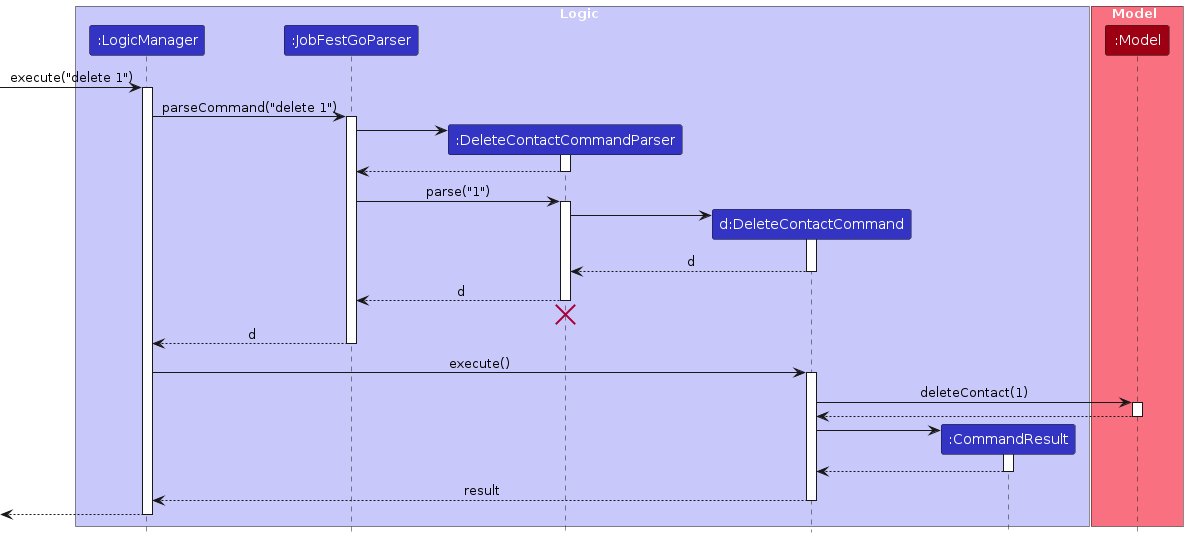
Before: diagrams/DeleteSequenceDiagram.png, a diagram exported from PlantUML (AY2324S1-CS2103T-T09-1/tp). Its source is kept beside it as diagrams/DeleteSequenceDiagram.puml. The source it was exported from:
```plantuml
@startuml
!include style.puml
skinparam ArrowFontStyle plain

box Logic LOGIC_COLOR_T1
participant ":LogicManager" as LogicManager LOGIC_COLOR
participant ":JobFestGoParser" as JobFestGoParser LOGIC_COLOR
participant ":DeleteContactCommandParser" as DeleteContactCommandParser LOGIC_COLOR
participant "d:DeleteContactCommand" as DeleteContactCommand LOGIC_COLOR
participant ":CommandResult" as CommandResult LOGIC_COLOR
end box

box Model MODEL_COLOR_T1
participant ":Model" as Model MODEL_COLOR
end box

[-> LogicManager : execute("delete 1")
activate LogicManager

LogicManager -> JobFestGoParser : parseCommand("delete 1")
activate JobFestGoParser

create DeleteContactCommandParser
JobFestGoParser -> DeleteContactCommandParser
activate DeleteContactCommandParser

DeleteContactCommandParser --> JobFestGoParser
deactivate DeleteContactCommandParser

JobFestGoParser -> DeleteContactCommandParser : parse("1")
activate DeleteContactCommandParser

create DeleteContactCommand
DeleteContactCommandParser -> DeleteContactCommand
activate DeleteContactCommand

DeleteContactCommand --> DeleteContactCommandParser : d
deactivate DeleteContactCommand

DeleteContactCommandParser --> JobFestGoParser : d
deactivate DeleteContactCommandParser
DeleteContactCommandParser -[hidden]-> JobFestGoParser
destroy DeleteContactCommandParser

JobFestGoParser --> LogicManager : d
deactivate JobFestGoParser

LogicManager -> DeleteContactCommand : execute()
activate DeleteContactCommand

DeleteContactCommand -> Model : deleteContact(1)
activate Model

Model --> DeleteContactCommand
deactivate Model

create CommandResult
DeleteContactCommand -> CommandResult
activate CommandResult

CommandResult --> DeleteContactCommand
deactivate CommandResult

DeleteContactCommand --> LogicManager : result
deactivate DeleteContactCommand

[<--LogicManager
deactivate LogicManager
@enduml
```
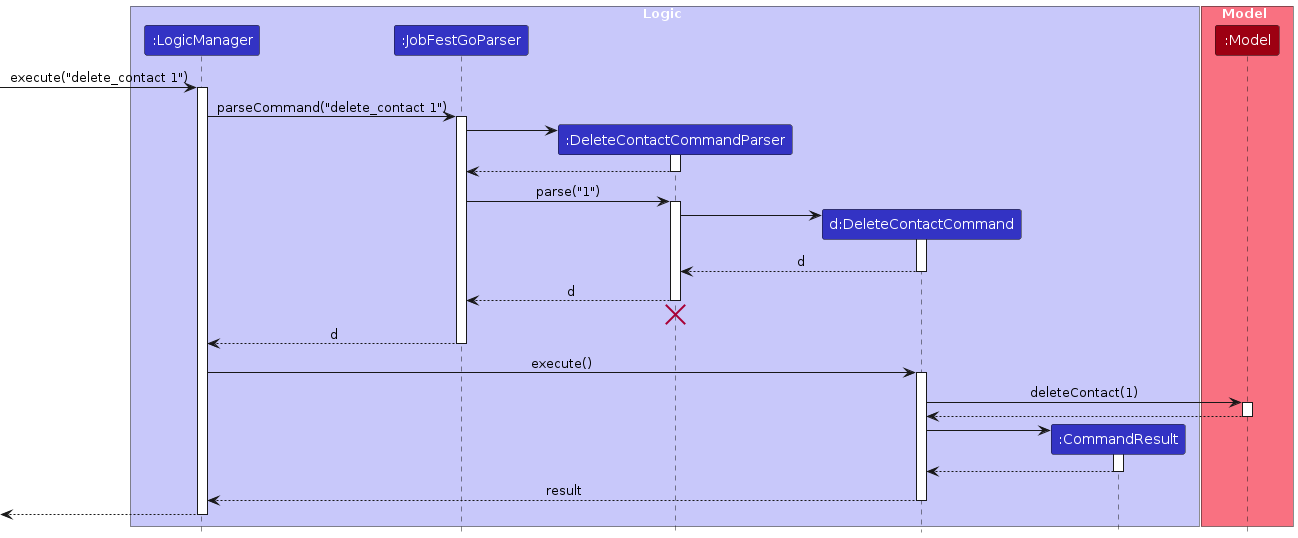
After the change.

Change to the diagram source:
```diff
@@ -14,10 +14,10 @@
 participant ":Model" as Model MODEL_COLOR
 end box
 
-[-> LogicManager : execute("delete 1")
+[-> LogicManager : execute("delete_contact 1")
 activate LogicManager
 
-LogicManager -> JobFestGoParser : parseCommand("delete 1")
+LogicManager -> JobFestGoParser : parseCommand("delete_contact 1")
 activate JobFestGoParser
 
 create DeleteContactCommandParser
```
